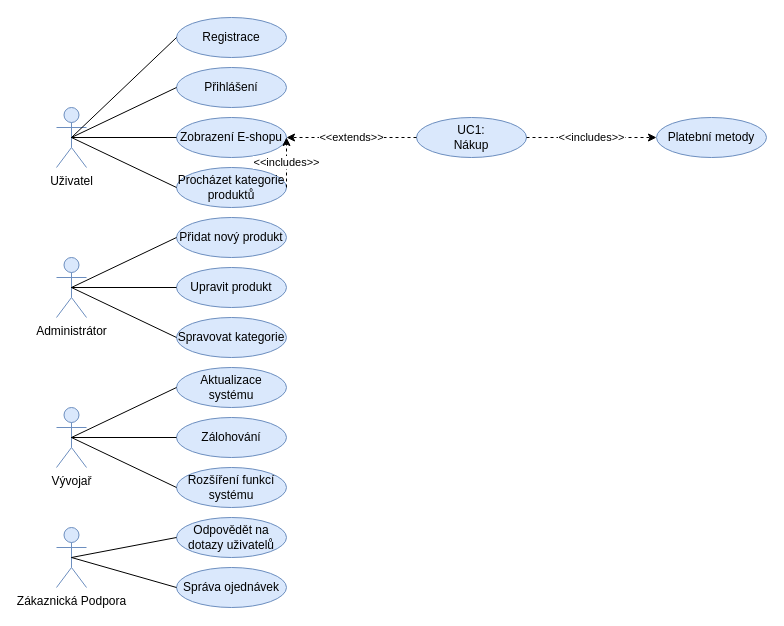
Above: use-case-diagram.drawio in Adamekka/swi (draw.io), before the change. Source tidied: cells renumbered, new cells numbered last; positions are measured from the earlier drawing's top-left corner, leaving out a move shared by most shapes. Both pictures are drawn from the tidied source at 100%, with x=0, y=0 at pixel (56, 17).
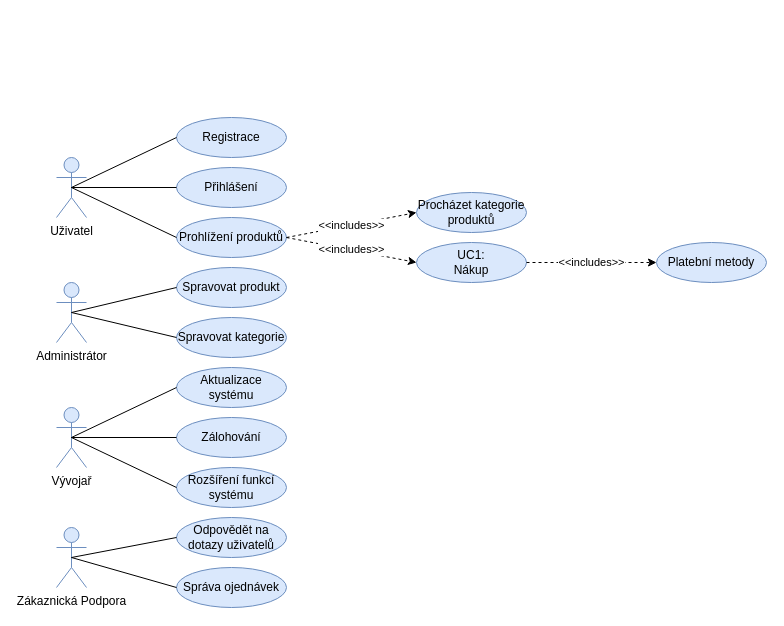
Above is the later version.

Commit message (it also covers changes not shown here):
fix: use case diagram

The edit, as a diff of the source:
```diff
@@
     <mxCell id="2" value="Uživatel" style="shape=umlActor;verticalLabelPosition=bottom;verticalAlign=top;html=1;outlineConnect=0;fillColor=#dae8fc;strokeColor=#6c8ebf;" parent="1" vertex="1">
-      <mxGeometry y="90" width="30" height="60" as="geometry" />
+      <mxGeometry y="140" width="30" height="60" as="geometry" />
     </mxCell>
@@
     <mxCell id="4" value="Registrace" style="ellipse;whiteSpace=wrap;html=1;fillColor=#dae8fc;strokeColor=#6c8ebf;" parent="1" vertex="1">
-      <mxGeometry x="120" width="110" height="40" as="geometry" />
+      <mxGeometry x="120" y="100" width="110" height="40" as="geometry" />
     </mxCell>
     <mxCell id="5" value="Přihlášení" style="ellipse;whiteSpace=wrap;html=1;fillColor=#dae8fc;strokeColor=#6c8ebf;" parent="1" vertex="1">
-      <mxGeometry x="120" y="50" width="110" height="40" as="geometry" />
+      <mxGeometry x="120" y="150" width="110" height="40" as="geometry" />
     </mxCell>
@@
     <mxCell id="7" style="endArrow=none;html=1;rounded=0;startFill=0;entryX=0;entryY=0.5;entryDx=0;entryDy=0;" parent="1" edge="1" target="5">
       <mxGeometry relative="1" as="geometry">
-        <mxPoint x="15" y="120" as="sourcePoint" />
+        <mxPoint x="15" y="170" as="sourcePoint" />
       </mxGeometry>
     </mxCell>
     <mxCell id="8" value="UC1:&lt;div&gt;Nákup&lt;/div&gt;" style="ellipse;whiteSpace=wrap;html=1;fillColor=#dae8fc;strokeColor=#6c8ebf;" parent="1" vertex="1">
-      <mxGeometry x="360" y="100" width="110" height="40" as="geometry" />
+      <mxGeometry x="360" y="225" width="110" height="40" as="geometry" />
     </mxCell>
-    <mxCell id="9" value="Zobrazení E-shopu" style="ellipse;whiteSpace=wrap;html=1;fillColor=#dae8fc;strokeColor=#6c8ebf;" parent="1" vertex="1">
-      <mxGeometry x="120" y="100" width="110" height="40" as="geometry" />
+    <mxCell id="9" value="Prohlížení produktů" style="ellipse;whiteSpace=wrap;html=1;fillColor=#dae8fc;strokeColor=#6c8ebf;" parent="1" vertex="1">
+      <mxGeometry x="120" y="200" width="110" height="40" as="geometry" />
     </mxCell>
@@
     <mxCell id="22" value="Administrátor" style="shape=umlActor;verticalLabelPosition=bottom;verticalAlign=top;html=1;outlineConnect=0;fillColor=#dae8fc;strokeColor=#6c8ebf;" parent="1" vertex="1">
-      <mxGeometry y="240" width="30" height="60" as="geometry" />
+      <mxGeometry y="265" width="30" height="60" as="geometry" />
     </mxCell>
-    <mxCell id="23" value="Upravit produkt" style="ellipse;whiteSpace=wrap;html=1;fillColor=#dae8fc;strokeColor=#6c8ebf;" parent="1" vertex="1">
+    <mxCell id="23" value="Spravovat produkt" style="ellipse;whiteSpace=wrap;html=1;fillColor=#dae8fc;strokeColor=#6c8ebf;" parent="1" vertex="1">
       <mxGeometry x="120" y="250" width="110" height="40" as="geometry" />
     </mxCell>
@@
-    <mxCell id="25" value="Přidat nový produkt" style="ellipse;whiteSpace=wrap;html=1;fillColor=#dae8fc;strokeColor=#6c8ebf;" parent="1" vertex="1">
-      <mxGeometry x="120" y="200" width="110" height="40" as="geometry" />
-    </mxCell>
-    <mxCell id="26" style="endArrow=none;html=1;rounded=0;entryX=0;entryY=0.5;entryDx=0;entryDy=0;exitX=0.5;exitY=0.5;exitDx=0;exitDy=0;exitPerimeter=0;" parent="1" edge="1" source="22" target="25">
-      <mxGeometry relative="1" as="geometry" />
-    </mxCell>
@@
-    <mxCell id="29" value="&amp;lt;&amp;lt;extends&amp;gt;&amp;gt;" style="endArrow=classic;html=1;rounded=0;exitX=0;exitY=0.5;exitDx=0;exitDy=0;dashed=1;entryX=1;entryY=0.5;entryDx=0;entryDy=0;" parent="1" edge="1" source="8" target="9">
+    <mxCell id="29" value="&amp;lt;&amp;lt;includes&amp;gt;&amp;gt;" style="endArrow=classic;html=1;rounded=0;dashed=1;exitX=1;exitY=0.5;exitDx=0;exitDy=0;entryX=0;entryY=0.5;entryDx=0;entryDy=0;" parent="1" edge="1" source="9" target="8">
       <mxGeometry relative="1" as="geometry" />
     </mxCell>
     <mxCell id="30" value="Platební metody" style="ellipse;whiteSpace=wrap;html=1;fillColor=#dae8fc;strokeColor=#6c8ebf;" parent="1" vertex="1">
-      <mxGeometry x="600" y="100" width="110" height="40" as="geometry" />
+      <mxGeometry x="600" y="225" width="110" height="40" as="geometry" />
     </mxCell>
@@
     <mxCell id="32" value="Procházet kategorie produktů" style="ellipse;whiteSpace=wrap;html=1;fillColor=#dae8fc;strokeColor=#6c8ebf;" parent="1" vertex="1">
-      <mxGeometry x="120" y="150" width="110" height="40" as="geometry" />
+      <mxGeometry x="360" y="175" width="110" height="40" as="geometry" />
     </mxCell>
-    <mxCell id="33" style="endArrow=none;html=1;rounded=0;exitX=0.5;exitY=0.5;exitDx=0;exitDy=0;exitPerimeter=0;entryX=0;entryY=0.5;entryDx=0;entryDy=0;" parent="1" edge="1" source="2" target="32">
-      <mxGeometry relative="1" as="geometry" />
-    </mxCell>
-    <mxCell id="34" value="&amp;lt;&amp;lt;includes&amp;gt;&amp;gt;" style="endArrow=classic;html=1;rounded=0;exitX=1;exitY=0.5;exitDx=0;exitDy=0;dashed=1;" parent="1" edge="1" source="32">
-      <mxGeometry relative="1" as="geometry">
-        <mxPoint x="230" y="120" as="targetPoint" />
-      </mxGeometry>
+    <mxCell id="34" value="&amp;lt;&amp;lt;includes&amp;gt;&amp;gt;" style="endArrow=classic;html=1;rounded=0;dashed=1;entryX=0;entryY=0.5;entryDx=0;entryDy=0;exitX=1;exitY=0.5;exitDx=0;exitDy=0;" parent="1" edge="1" source="9" target="32">
+      <mxGeometry relative="1" as="geometry" />
     </mxCell>
```
